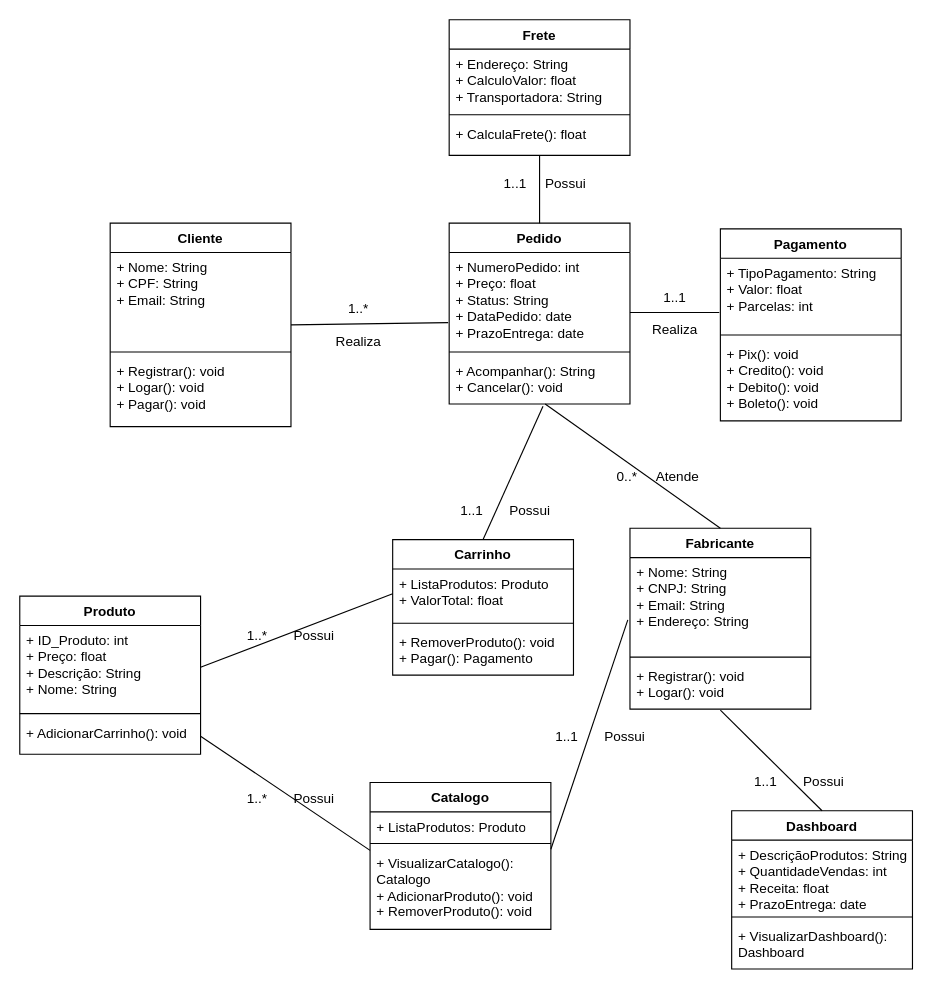
This is DiagramaClasses.drawio from PedroAP2/Projeto-EngenhariaDaComputacao, a draw.io file, before an edit. Source tidied: cells renumbered, new cells numbered last; positions are measured from the earlier drawing's top-left corner, leaving out a move shared by most shapes. Both pictures are drawn from the tidied source at 113%, with x=0, y=0 at pixel (19, 19).
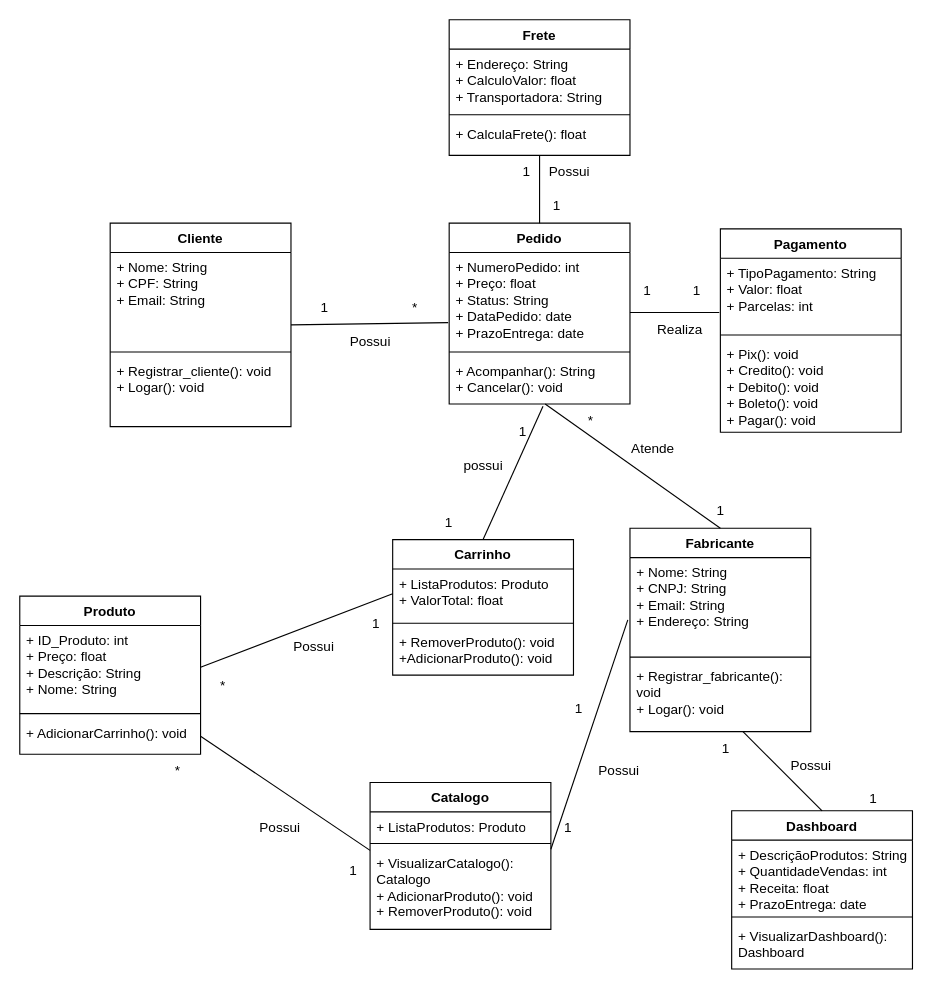
Above is the later version.

Unchanged cells that the change refers to:
```xml
<mxCell id="2" value="Cliente" style="swimlane;fontStyle=1;align=center;verticalAlign=top;horizontal=1;startSize=26;whiteSpace=wrap;html=1;" parent="1" vertex="1">
  <mxGeometry x="80" y="180" width="160" height="180" as="geometry" />
</mxCell>
<mxCell id="22" value="Dashboard" style="swimlane;fontStyle=1;align=center;verticalAlign=top;horizontal=1;startSize=26;whiteSpace=wrap;html=1;" parent="1" vertex="1">
  <mxGeometry x="630" y="700" width="160" height="140" as="geometry" />
</mxCell>
<mxCell id="34" value="Carrinho" style="swimlane;fontStyle=1;align=center;verticalAlign=top;horizontal=1;startSize=26;whiteSpace=wrap;html=1;" parent="1" vertex="1">
  <mxGeometry x="330" y="460" width="160" height="120" as="geometry" />
</mxCell>
```

Diff of the diagram source:
```diff
@@
-    <mxCell id="5" value="+ Registrar(): void&lt;br&gt;+ Logar(): void&lt;br&gt;+ Pagar(): void" style="text;strokeColor=none;fillColor=none;align=left;verticalAlign=top;spacingLeft=4;spacingRight=4;overflow=hidden;whiteSpace=wrap;html=1;" parent="2" vertex="1">
+    <mxCell id="5" value="+ Registrar_cliente(): void&lt;br&gt;+ Logar(): void" style="text;strokeColor=none;fillColor=none;align=left;verticalAlign=top;spacingLeft=4;spacingRight=4;overflow=hidden;whiteSpace=wrap;html=1;" parent="2" vertex="1">
       <mxGeometry y="118" width="160" height="62" as="geometry" />
     </mxCell>
     <mxCell id="6" value="Fabricante" style="swimlane;fontStyle=1;align=center;verticalAlign=top;horizontal=1;startSize=26;whiteSpace=wrap;html=1;" parent="1" vertex="1">
-      <mxGeometry x="540" y="450" width="160" height="160" as="geometry" />
+      <mxGeometry x="540" y="450" width="160" height="180" as="geometry" />
     </mxCell>
@@
-    <mxCell id="9" value="+ Registrar(): void&lt;br&gt;+ Logar(): void&lt;br&gt;" style="text;strokeColor=none;fillColor=none;align=left;verticalAlign=top;spacingLeft=4;spacingRight=4;overflow=hidden;whiteSpace=wrap;html=1;" parent="6" vertex="1">
-      <mxGeometry y="118" width="160" height="42" as="geometry" />
-    </mxCell>
+    <mxCell id="56" value="+ Registrar_fabricante(): void&lt;br&gt;+ Logar(): void" style="text;strokeColor=none;fillColor=none;align=left;verticalAlign=top;spacingLeft=4;spacingRight=4;overflow=hidden;whiteSpace=wrap;html=1;" parent="6" vertex="1">
+      <mxGeometry y="118" width="160" height="62" as="geometry" />
+    </mxCell>
@@
     <mxCell id="26" value="Pagamento" style="swimlane;fontStyle=1;align=center;verticalAlign=top;horizontal=1;startSize=26;whiteSpace=wrap;html=1;" parent="1" vertex="1">
-      <mxGeometry x="620" y="185" width="160" height="170" as="geometry" />
+      <mxGeometry x="620" y="185" width="160" height="180" as="geometry" />
     </mxCell>
@@
-    <mxCell id="29" value="+ Pix(): void&lt;br&gt;+ Credito(): void&lt;br&gt;+ Debito(): void&lt;br&gt;+ Boleto(): void" style="text;strokeColor=none;fillColor=none;align=left;verticalAlign=top;spacingLeft=4;spacingRight=4;overflow=hidden;whiteSpace=wrap;html=1;" parent="26" vertex="1">
-      <mxGeometry y="98" width="160" height="72" as="geometry" />
+    <mxCell id="29" value="+ Pix(): void&lt;br&gt;+ Credito(): void&lt;br&gt;+ Debito(): void&lt;br&gt;+ Boleto(): void&lt;br&gt;+ Pagar(): void" style="text;strokeColor=none;fillColor=none;align=left;verticalAlign=top;spacingLeft=4;spacingRight=4;overflow=hidden;whiteSpace=wrap;html=1;" parent="26" vertex="1">
+      <mxGeometry y="98" width="160" height="82" as="geometry" />
     </mxCell>
@@
-    <mxCell id="37" value="+ RemoverProduto(): void&lt;br&gt;+ Pagar(): Pagamento" style="text;strokeColor=none;fillColor=none;align=left;verticalAlign=top;spacingLeft=4;spacingRight=4;overflow=hidden;whiteSpace=wrap;html=1;" parent="34" vertex="1">
+    <mxCell id="37" value="+ RemoverProduto(): void&lt;br&gt;+AdicionarProduto(): void" style="text;strokeColor=none;fillColor=none;align=left;verticalAlign=top;spacingLeft=4;spacingRight=4;overflow=hidden;whiteSpace=wrap;html=1;" parent="34" vertex="1">
       <mxGeometry y="78" width="160" height="42" as="geometry" />
     </mxCell>
@@
-    <mxCell id="44" style="endArrow=none;html=1;rounded=0;exitX=0.5;exitY=1.071;exitDx=0;exitDy=0;exitPerimeter=0;entryX=0.5;entryY=0;entryDx=0;entryDy=0;" parent="1" edge="1" target="22">
+    <mxCell id="44" style="endArrow=none;html=1;rounded=0;entryX=0.5;entryY=0;entryDx=0;entryDy=0;" parent="1" edge="1" target="22">
       <mxGeometry relative="1" as="geometry">
-        <mxPoint x="620" y="611" as="sourcePoint" />
+        <mxPoint x="640" y="630" as="sourcePoint" />
       </mxGeometry>
     </mxCell>
@@
-    <mxCell id="47" value="1..*&lt;br&gt;&lt;br&gt;Realiza" style="text;html=1;strokeColor=none;fillColor=none;align=center;verticalAlign=middle;whiteSpace=wrap;rounded=0;" parent="1" vertex="1">
-      <mxGeometry x="270" y="255" width="60" height="30" as="geometry" />
+    <mxCell id="47" value="1" style="text;html=1;strokeColor=none;fillColor=none;align=center;verticalAlign=middle;whiteSpace=wrap;rounded=0;" parent="1" vertex="1">
+      <mxGeometry x="240" y="240" width="60" height="30" as="geometry" />
     </mxCell>
-    <mxCell id="48" value="1..1&lt;br&gt;&lt;br&gt;Realiza" style="text;html=1;strokeColor=none;fillColor=none;align=center;verticalAlign=middle;whiteSpace=wrap;rounded=0;" parent="1" vertex="1">
-      <mxGeometry x="550" y="245" width="60" height="30" as="geometry" />
-    </mxCell>
-    <mxCell id="49" value="1..1&amp;nbsp; &amp;nbsp; &amp;nbsp;Possui" style="text;html=1;strokeColor=none;fillColor=none;align=center;verticalAlign=middle;whiteSpace=wrap;rounded=0;" parent="1" vertex="1">
-      <mxGeometry x="390" y="130" width="150" height="30" as="geometry" />
+    <mxCell id="49" value="1&amp;nbsp; &amp;nbsp; &amp;nbsp;Possui" style="text;html=1;strokeColor=none;fillColor=none;align=center;verticalAlign=middle;whiteSpace=wrap;rounded=0;" parent="1" vertex="1">
+      <mxGeometry x="400" y="120" width="150" height="30" as="geometry" />
     </mxCell>
-    <mxCell id="50" value="0..*&amp;nbsp; &amp;nbsp; &amp;nbsp;Atende" style="text;html=1;strokeColor=none;fillColor=none;align=center;verticalAlign=middle;whiteSpace=wrap;rounded=0;" parent="1" vertex="1">
-      <mxGeometry x="490" y="390" width="150" height="30" as="geometry" />
-    </mxCell>
-    <mxCell id="51" value="1..1&amp;nbsp; &amp;nbsp; &amp;nbsp; &amp;nbsp;Possui" style="text;html=1;strokeColor=none;fillColor=none;align=center;verticalAlign=middle;whiteSpace=wrap;rounded=0;" parent="1" vertex="1">
-      <mxGeometry x="360" y="420" width="140" height="30" as="geometry" />
+    <mxCell id="51" value="1" style="text;html=1;strokeColor=none;fillColor=none;align=center;verticalAlign=middle;whiteSpace=wrap;rounded=0;" parent="1" vertex="1">
+      <mxGeometry x="360" y="440" width="40" height="10" as="geometry" />
     </mxCell>
-    <mxCell id="52" value="1..1&amp;nbsp; &amp;nbsp; &amp;nbsp; &amp;nbsp;Possui" style="text;html=1;strokeColor=none;fillColor=none;align=center;verticalAlign=middle;whiteSpace=wrap;rounded=0;" parent="1" vertex="1">
-      <mxGeometry x="620" y="660" width="140" height="30" as="geometry" />
+    <mxCell id="52" value="1" style="text;html=1;strokeColor=none;fillColor=none;align=center;verticalAlign=middle;whiteSpace=wrap;rounded=0;" parent="1" vertex="1">
+      <mxGeometry x="605" y="630" width="40" height="30" as="geometry" />
     </mxCell>
-    <mxCell id="53" value="1..*&amp;nbsp; &amp;nbsp; &amp;nbsp; &amp;nbsp;Possui" style="text;html=1;strokeColor=none;fillColor=none;align=center;verticalAlign=middle;whiteSpace=wrap;rounded=0;" parent="1" vertex="1">
-      <mxGeometry x="170" y="530" width="140" height="30" as="geometry" />
+    <mxCell id="53" value="*" style="text;html=1;strokeColor=none;fillColor=none;align=center;verticalAlign=middle;whiteSpace=wrap;rounded=0;" parent="1" vertex="1">
+      <mxGeometry x="160" y="585" width="40" height="10" as="geometry" />
     </mxCell>
-    <mxCell id="54" value="1..*&amp;nbsp; &amp;nbsp; &amp;nbsp; &amp;nbsp;Possui" style="text;html=1;strokeColor=none;fillColor=none;align=center;verticalAlign=middle;whiteSpace=wrap;rounded=0;" parent="1" vertex="1">
-      <mxGeometry x="170" y="675" width="140" height="30" as="geometry" />
+    <mxCell id="54" value="*" style="text;html=1;strokeColor=none;fillColor=none;align=center;verticalAlign=middle;whiteSpace=wrap;rounded=0;" parent="1" vertex="1">
+      <mxGeometry x="70" y="650" width="140" height="30" as="geometry" />
     </mxCell>
-    <mxCell id="55" value="1..1&amp;nbsp; &amp;nbsp; &amp;nbsp; &amp;nbsp;Possui" style="text;html=1;strokeColor=none;fillColor=none;align=center;verticalAlign=middle;whiteSpace=wrap;rounded=0;" parent="1" vertex="1">
-      <mxGeometry x="444" y="620" width="140" height="30" as="geometry" />
+    <mxCell id="55" value="1" style="text;html=1;strokeColor=none;fillColor=none;align=center;verticalAlign=middle;whiteSpace=wrap;rounded=0;" parent="1" vertex="1">
+      <mxGeometry x="480" y="600" width="30" height="20" as="geometry" />
     </mxCell>
+    <mxCell id="57" value="1" style="text;html=1;align=center;verticalAlign=middle;strokeColor=none;fillColor=none;" parent="1" vertex="1">
+      <mxGeometry x="460" y="150" width="30" height="30" as="geometry" />
+    </mxCell>
+    <mxCell id="58" value="1" style="text;html=1;align=center;verticalAlign=middle;strokeColor=none;fillColor=none;" parent="1" vertex="1">
+      <mxGeometry x="540" y="225" width="30" height="30" as="geometry" />
+    </mxCell>
+    <mxCell id="59" value="1" style="text;html=1;align=center;verticalAlign=middle;strokeColor=none;fillColor=none;" parent="1" vertex="1">
+      <mxGeometry x="584" y="225" width="30" height="30" as="geometry" />
+    </mxCell>
+    <mxCell id="60" value="Realiza" style="text;html=1;align=center;verticalAlign=middle;strokeColor=none;fillColor=none;" parent="1" vertex="1">
+      <mxGeometry x="554" y="260" width="60" height="30" as="geometry" />
+    </mxCell>
+    <mxCell id="61" value="*" style="text;html=1;strokeColor=none;fillColor=none;align=center;verticalAlign=middle;whiteSpace=wrap;rounded=0;" parent="1" vertex="1">
+      <mxGeometry x="320" y="240" width="60" height="30" as="geometry" />
+    </mxCell>
+    <mxCell id="62" value="Possui" style="text;html=1;align=center;verticalAlign=middle;strokeColor=none;fillColor=none;" parent="1" vertex="1">
+      <mxGeometry x="280" y="270" width="60" height="30" as="geometry" />
+    </mxCell>
+    <mxCell id="63" value="*" style="text;html=1;align=center;verticalAlign=middle;strokeColor=none;fillColor=none;" parent="1" vertex="1">
+      <mxGeometry x="490" y="340" width="30" height="30" as="geometry" />
+    </mxCell>
+    <mxCell id="64" value="1" style="text;html=1;align=center;verticalAlign=middle;strokeColor=none;fillColor=none;" parent="1" vertex="1">
+      <mxGeometry x="605" y="420" width="30" height="30" as="geometry" />
+    </mxCell>
+    <mxCell id="65" value="Atende" style="text;html=1;align=center;verticalAlign=middle;strokeColor=none;fillColor=none;" parent="1" vertex="1">
+      <mxGeometry x="530" y="365" width="60" height="30" as="geometry" />
+    </mxCell>
+    <mxCell id="66" value="1" style="text;html=1;align=center;verticalAlign=middle;strokeColor=none;fillColor=none;" parent="1" vertex="1">
+      <mxGeometry x="430" y="350" width="30" height="30" as="geometry" />
+    </mxCell>
+    <mxCell id="67" value="possui" style="text;html=1;align=center;verticalAlign=middle;strokeColor=none;fillColor=none;" parent="1" vertex="1">
+      <mxGeometry x="380" y="380" width="60" height="30" as="geometry" />
+    </mxCell>
+    <mxCell id="68" value="1" style="text;html=1;align=center;verticalAlign=middle;strokeColor=none;fillColor=none;" parent="1" vertex="1">
+      <mxGeometry x="470" y="700" width="30" height="30" as="geometry" />
+    </mxCell>
+    <mxCell id="69" value="Possui" style="text;html=1;align=center;verticalAlign=middle;strokeColor=none;fillColor=none;" parent="1" vertex="1">
+      <mxGeometry x="500" y="650" width="60" height="30" as="geometry" />
+    </mxCell>
+    <mxCell id="70" value="1" style="text;html=1;align=center;verticalAlign=middle;strokeColor=none;fillColor=none;" parent="1" vertex="1">
+      <mxGeometry x="740" y="675" width="30" height="30" as="geometry" />
+    </mxCell>
+    <mxCell id="71" value="Possui" style="text;html=1;align=center;verticalAlign=middle;strokeColor=none;fillColor=none;" parent="1" vertex="1">
+      <mxGeometry x="670" y="645" width="60" height="30" as="geometry" />
+    </mxCell>
+    <mxCell id="72" value="1" style="text;html=1;align=center;verticalAlign=middle;strokeColor=none;fillColor=none;" parent="1" vertex="1">
+      <mxGeometry x="280" y="738" width="30" height="30" as="geometry" />
+    </mxCell>
+    <mxCell id="73" value="Possui" style="text;html=1;align=center;verticalAlign=middle;strokeColor=none;fillColor=none;" parent="1" vertex="1">
+      <mxGeometry x="200" y="700" width="60" height="30" as="geometry" />
+    </mxCell>
+    <mxCell id="74" value="1" style="text;html=1;align=center;verticalAlign=middle;strokeColor=none;fillColor=none;" parent="1" vertex="1">
+      <mxGeometry x="300" y="520" width="30" height="30" as="geometry" />
+    </mxCell>
+    <mxCell id="75" value="Possui" style="text;html=1;align=center;verticalAlign=middle;strokeColor=none;fillColor=none;" parent="1" vertex="1">
+      <mxGeometry x="230" y="540" width="60" height="30" as="geometry" />
+    </mxCell>
```
